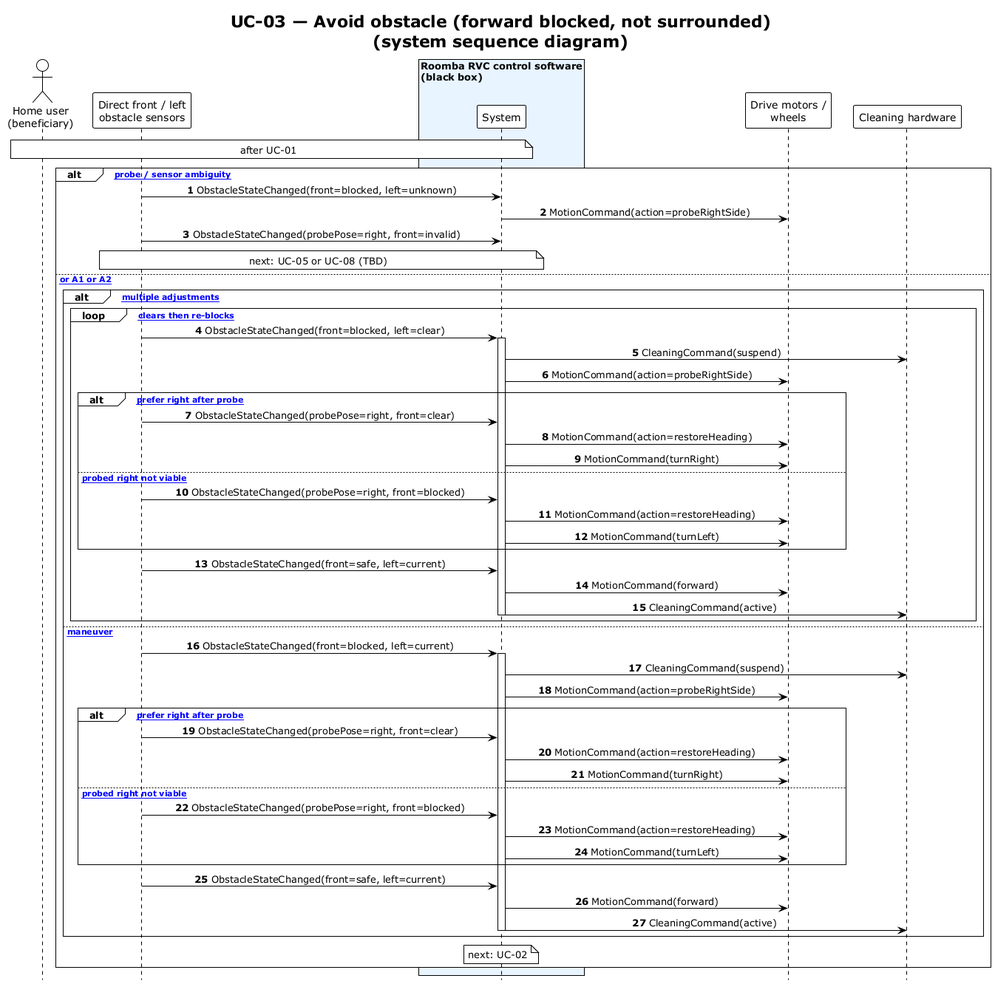
Before: 2nd ooad/03_diagrams/ssd/UC03_system_sequence.png, a diagram exported from PlantUML (Deilise/OOAD-with-AI).
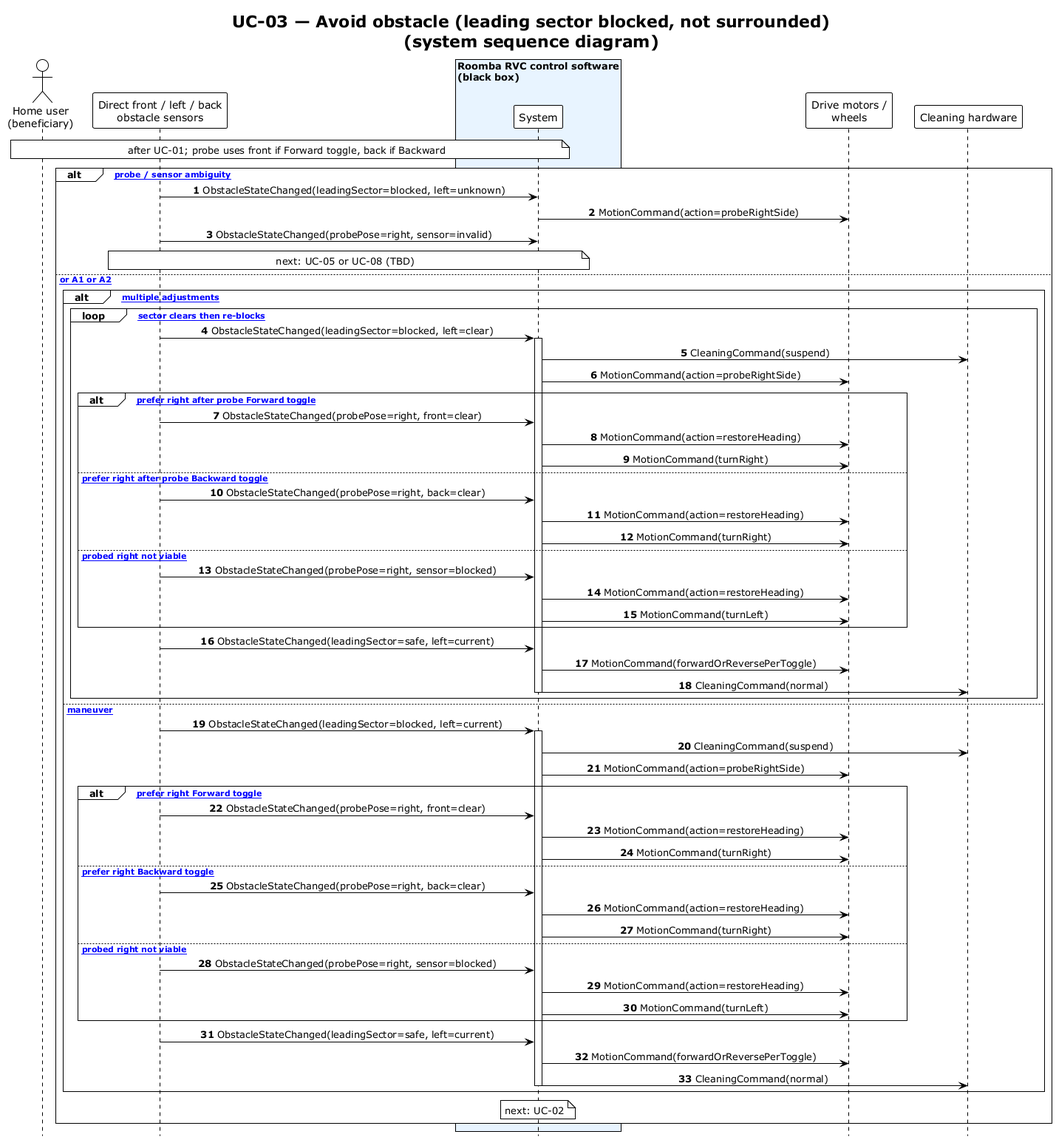
After the change.

Diff of the diagram source:
```diff
@@ -6,61 +6,69 @@
 skinparam BoxPadding 10
 autonumber
 
-title UC-03 — Avoid obstacle (forward blocked, not surrounded)\n(system sequence diagram)
+title UC-03 — Avoid obstacle (leading sector blocked, not surrounded)\n(system sequence diagram)
 
 actor "Home user\n(beneficiary)" as User
-participant "Direct front / left\nobstacle sensors" as Obs
+participant "Direct front / left / back\nobstacle sensors" as Obs
 box "Roomba RVC control software\n(black box)" #E8F4FF
   participant "System" as Sys
 end box
 participant "Drive motors /\nwheels" as Drv
 participant "Cleaning hardware" as Cln
 
-note over User, Sys : after UC-01
+note over User, Sys : after UC-01; probe uses front if Forward toggle, back if Backward
 
 alt [E1 probe / sensor ambiguity]
-  Obs -> Sys : ObstacleStateChanged(front=blocked, left=unknown)
+  Obs -> Sys : ObstacleStateChanged(leadingSector=blocked, left=unknown)
   Sys -> Drv : MotionCommand(action=probeRightSide)
-  Obs -> Sys : ObstacleStateChanged(probePose=right, front=invalid)
+  Obs -> Sys : ObstacleStateChanged(probePose=right, sensor=invalid)
   note over Obs, Sys : next: UC-05 or UC-08 (TBD)
 else [typical or A1 or A2]
   alt [A2 multiple adjustments]
-    loop [forward clears then re-blocks]
-      Obs -> Sys : ObstacleStateChanged(front=blocked, left=clear)
+    loop [leading sector clears then re-blocks]
+      Obs -> Sys : ObstacleStateChanged(leadingSector=blocked, left=clear)
       activate Sys
       Sys -> Cln : CleaningCommand(suspend)
       Sys -> Drv : MotionCommand(action=probeRightSide)
-      alt [typical prefer right after probe]
+      alt [typical prefer right after probe Forward toggle]
         Obs -> Sys : ObstacleStateChanged(probePose=right, front=clear)
         Sys -> Drv : MotionCommand(action=restoreHeading)
         Sys -> Drv : MotionCommand(turnRight)
+      else [typical prefer right after probe Backward toggle]
+        Obs -> Sys : ObstacleStateChanged(probePose=right, back=clear)
+        Sys -> Drv : MotionCommand(action=restoreHeading)
+        Sys -> Drv : MotionCommand(turnRight)
       else [A1 probed right not viable]
-        Obs -> Sys : ObstacleStateChanged(probePose=right, front=blocked)
+        Obs -> Sys : ObstacleStateChanged(probePose=right, sensor=blocked)
         Sys -> Drv : MotionCommand(action=restoreHeading)
         Sys -> Drv : MotionCommand(turnLeft)
       end
-      Obs -> Sys : ObstacleStateChanged(front=safe, left=current)
-      Sys -> Drv : MotionCommand(forward)
-      Sys -> Cln : CleaningCommand(active)
+      Obs -> Sys : ObstacleStateChanged(leadingSector=safe, left=current)
+      Sys -> Drv : MotionCommand(forwardOrReversePerToggle)
+      Sys -> Cln : CleaningCommand(normal)
       deactivate Sys
     end
   else [single maneuver]
-    Obs -> Sys : ObstacleStateChanged(front=blocked, left=current)
+    Obs -> Sys : ObstacleStateChanged(leadingSector=blocked, left=current)
     activate Sys
     Sys -> Cln : CleaningCommand(suspend)
     Sys -> Drv : MotionCommand(action=probeRightSide)
-    alt [typical prefer right after probe]
+    alt [typical prefer right Forward toggle]
       Obs -> Sys : ObstacleStateChanged(probePose=right, front=clear)
       Sys -> Drv : MotionCommand(action=restoreHeading)
       Sys -> Drv : MotionCommand(turnRight)
+    else [typical prefer right Backward toggle]
+      Obs -> Sys : ObstacleStateChanged(probePose=right, back=clear)
+      Sys -> Drv : MotionCommand(action=restoreHeading)
+      Sys -> Drv : MotionCommand(turnRight)
     else [A1 probed right not viable]
-      Obs -> Sys : ObstacleStateChanged(probePose=right, front=blocked)
+      Obs -> Sys : ObstacleStateChanged(probePose=right, sensor=blocked)
       Sys -> Drv : MotionCommand(action=restoreHeading)
       Sys -> Drv : MotionCommand(turnLeft)
     end
-    Obs -> Sys : ObstacleStateChanged(front=safe, left=current)
-    Sys -> Drv : MotionCommand(forward)
-    Sys -> Cln : CleaningCommand(active)
+    Obs -> Sys : ObstacleStateChanged(leadingSector=safe, left=current)
+    Sys -> Drv : MotionCommand(forwardOrReversePerToggle)
+    Sys -> Cln : CleaningCommand(normal)
     deactivate Sys
   end
   note over Sys : next: UC-02
```
